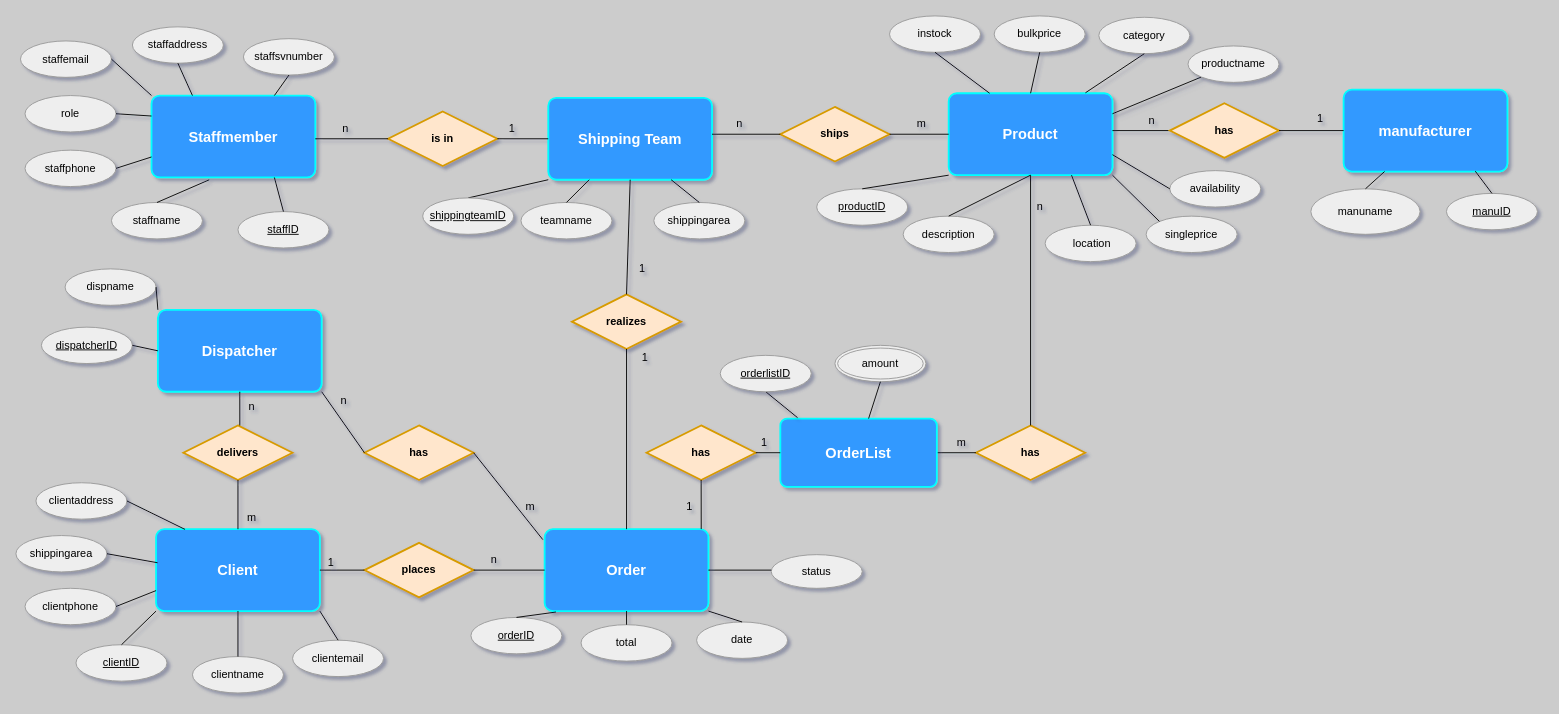
This is re_diagram.drawio from CodeFactoryWien/WF-Java-05, a draw.io file, before an edit. Source tidied: cells renumbered, new cells numbered last; positions are measured from the earlier drawing's top-left corner, leaving out a move shared by most shapes. Both pictures are drawn from the tidied source at 91%, with x=0, y=0 at pixel (15, 15).
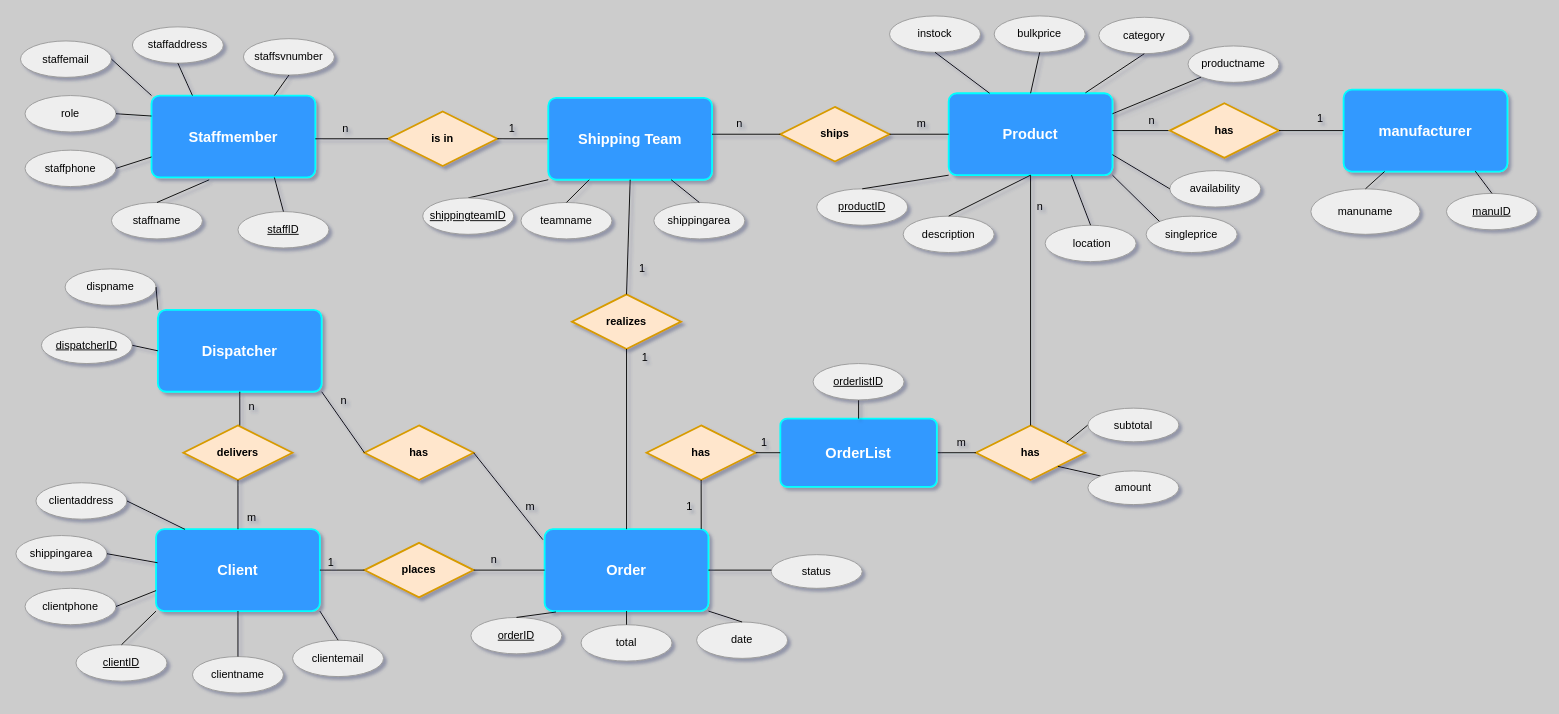
Above is the later version.

The change refers to these unchanged cells:
```xml
<mxCell id="74" value="has" style="shape=rhombus;perimeter=rhombusPerimeter;whiteSpace=wrap;html=1;align=center;strokeColor=#d79b00;strokeWidth=2;fillColor=#ffe6cc;fontStyle=1;fixDash=0;shadow=0;" parent="1" vertex="1">
  <mxGeometry x="1055" y="450" width="120" height="60" as="geometry" />
</mxCell>
<mxCell id="111" value="OrderList" style="rounded=1;arcSize=10;whiteSpace=wrap;html=1;align=center;shadow=0;fontSize=16;fontColor=#FFFFFF;fontStyle=1;strokeColor=#00FFFF;strokeWidth=2;fillColor=#3399FF;gradientColor=none;glass=0;" parent="1" vertex="1">
  <mxGeometry x="840" y="442.5" width="172" height="75" as="geometry" />
</mxCell>
```

The edit, as a diff of the source:
```diff
@@
-    <mxCell id="117" style="rounded=0;jettySize=auto;html=1;exitX=0.5;exitY=1;exitDx=0;exitDy=0;entryX=0.11;entryY=-0.014;entryDx=0;entryDy=0;shadow=1;endArrow=none;endFill=0;fontSize=16;fontColor=#FFFFFF;entryPerimeter=0;" parent="1" edge="1" source="118" target="111">
+    <mxCell id="117" style="rounded=0;jettySize=auto;html=1;exitX=0.5;exitY=1;exitDx=0;exitDy=0;entryX=0.5;entryY=0;entryDx=0;entryDy=0;shadow=1;endArrow=none;endFill=0;fontSize=16;fontColor=#FFFFFF;" parent="1" edge="1" source="118" target="111">
       <mxGeometry relative="1" as="geometry" />
     </mxCell>
     <mxCell id="118" value="&lt;u&gt;orderlistID&lt;/u&gt;" style="ellipse;whiteSpace=wrap;html=1;align=center;shadow=0;strokeColor=#999999;fillColor=#eeeeee;" parent="1" vertex="1">
-      <mxGeometry x="774" y="373" width="100" height="40" as="geometry" />
+      <mxGeometry x="876" y="382" width="100" height="40" as="geometry" />
     </mxCell>
-    <mxCell id="119" value="amount" style="ellipse;shape=doubleEllipse;margin=3;whiteSpace=wrap;html=1;align=center;shadow=0;strokeColor=#999999;fillColor=#eeeeee;" parent="1" vertex="1">
-      <mxGeometry x="900" y="362" width="100" height="40" as="geometry" />
-    </mxCell>
-    <mxCell id="120" style="endArrow=none;html=1;rounded=0;exitX=0.564;exitY=0;exitDx=0;exitDy=0;entryX=0.5;entryY=1;entryDx=0;entryDy=0;exitPerimeter=0;" parent="1" edge="1" source="111" target="119">
-      <mxGeometry relative="1" as="geometry" />
-    </mxCell>
@@
+    <mxCell id="125" style="edgeStyle=none;rounded=0;jettySize=auto;html=1;exitX=0;exitY=0.5;exitDx=0;exitDy=0;entryX=0.83;entryY=0.31;entryDx=0;entryDy=0;entryPerimeter=0;endArrow=none;endFill=0;" parent="1" edge="1" source="126" target="74">
+      <mxGeometry relative="1" as="geometry" />
+    </mxCell>
+    <mxCell id="126" value="subtotal" style="ellipse;whiteSpace=wrap;html=1;align=center;shadow=0;strokeColor=#999999;fillColor=#eeeeee;fixDash=0;" parent="1" vertex="1">
+      <mxGeometry x="1178" y="431" width="100" height="37" as="geometry" />
+    </mxCell>
+    <mxCell id="127" style="rounded=0;jettySize=auto;html=1;exitX=0;exitY=0;exitDx=0;exitDy=0;entryX=1;entryY=1;entryDx=0;entryDy=0;endArrow=none;endFill=0;" parent="1" edge="1" source="119" target="74">
+      <mxGeometry relative="1" as="geometry" />
+    </mxCell>
+    <mxCell id="119" value="amount" style="ellipse;whiteSpace=wrap;html=1;align=center;shadow=0;strokeColor=#999999;fillColor=#eeeeee;fixDash=0;" parent="1" vertex="1">
+      <mxGeometry x="1178" y="500" width="100" height="37" as="geometry" />
+    </mxCell>
```
